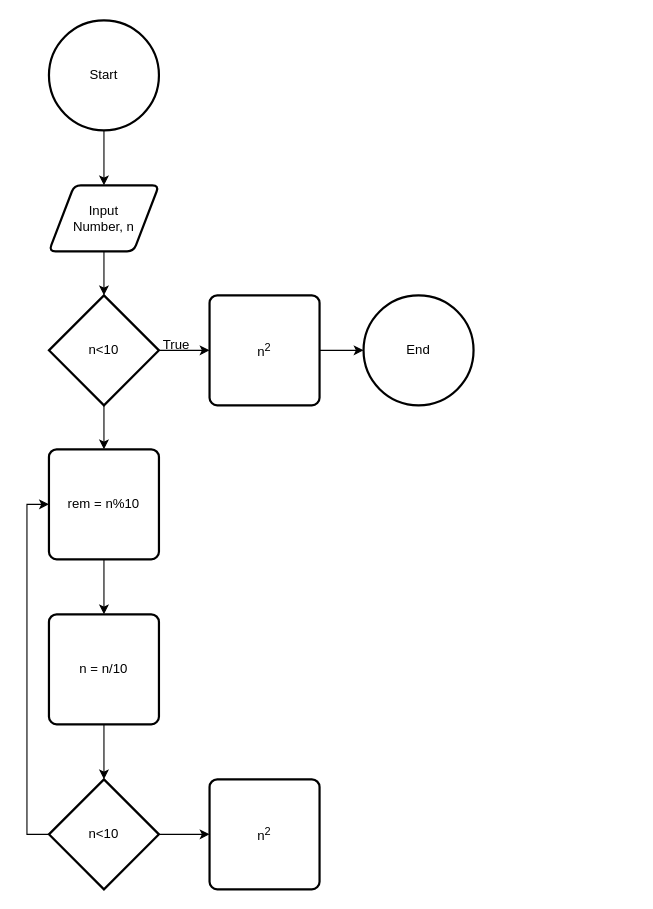
Above: Untitled Diagram.drawio in DennisMuia/ALX-First- (draw.io), before the change. Source tidied: cells renumbered, new cells numbered last; positions are measured from the earlier drawing's top-left corner, leaving out a move shared by most shapes. Both pictures are drawn from the tidied source at 110%, with x=0, y=0 at pixel (48, 20).
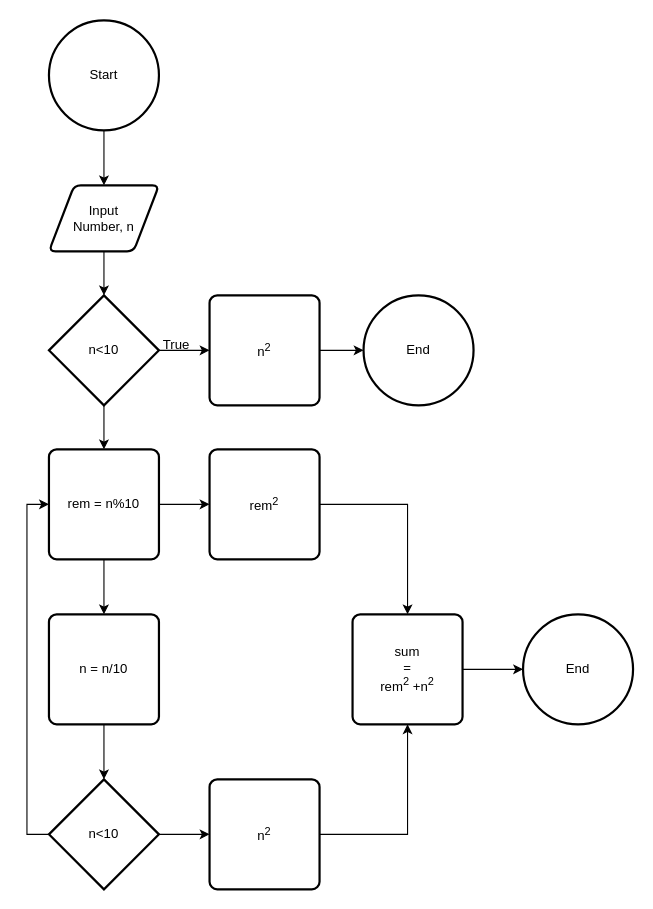
After the change.

Unchanged cells that the change refers to:
```xml
<mxCell id="14" value="rem = n%10" style="rounded=1;whiteSpace=wrap;html=1;absoluteArcSize=1;arcSize=14;strokeWidth=2;" parent="1" vertex="1">
  <mxGeometry y="390" width="100" height="100" as="geometry" />
</mxCell>
<mxCell id="20" value="n&lt;sup&gt;2&lt;/sup&gt;" style="rounded=1;whiteSpace=wrap;html=1;absoluteArcSize=1;arcSize=14;strokeWidth=2;" parent="1" vertex="1">
  <mxGeometry x="146" y="690" width="100" height="100" as="geometry" />
</mxCell>
```

The edit, as a diff of the source:
```diff
@@
+    <mxCell id="21" style="edgeStyle=orthogonalEdgeStyle;rounded=0;jettySize=auto;html=1;" parent="1" edge="1" source="14" target="24">
+      <mxGeometry relative="1" as="geometry" />
+    </mxCell>
@@
+    <mxCell id="22" style="edgeStyle=orthogonalEdgeStyle;rounded=0;jettySize=auto;html=1;exitX=1;exitY=0.5;exitDx=0;exitDy=0;entryX=0.5;entryY=1;entryDx=0;entryDy=0;endArrow=classic;endFill=1;" parent="1" edge="1" source="20" target="26">
+      <mxGeometry relative="1" as="geometry" />
+    </mxCell>
@@
+    <mxCell id="23" style="edgeStyle=orthogonalEdgeStyle;rounded=0;jettySize=auto;html=1;exitX=1;exitY=0.5;exitDx=0;exitDy=0;entryX=0.5;entryY=0;entryDx=0;entryDy=0;" parent="1" edge="1" source="24" target="26">
+      <mxGeometry relative="1" as="geometry" />
+    </mxCell>
+    <mxCell id="24" value="rem&lt;sup&gt;2&lt;/sup&gt;" style="rounded=1;whiteSpace=wrap;html=1;absoluteArcSize=1;arcSize=14;strokeWidth=2;" parent="1" vertex="1">
+      <mxGeometry x="146" y="390" width="100" height="100" as="geometry" />
+    </mxCell>
+    <mxCell id="25" style="edgeStyle=orthogonalEdgeStyle;rounded=0;jettySize=auto;html=1;endArrow=classic;endFill=1;" parent="1" edge="1" source="26" target="27">
+      <mxGeometry relative="1" as="geometry" />
+    </mxCell>
+    <mxCell id="26" value="sum&lt;br&gt;=&lt;br&gt;rem&lt;sup&gt;2&lt;/sup&gt; +n&lt;sup&gt;2&lt;/sup&gt;" style="rounded=1;whiteSpace=wrap;html=1;absoluteArcSize=1;arcSize=14;strokeWidth=2;" parent="1" vertex="1">
+      <mxGeometry x="276" y="540" width="100" height="100" as="geometry" />
+    </mxCell>
+    <mxCell id="27" value="End" style="strokeWidth=2;html=1;shape=mxgraph.flowchart.start_2;whiteSpace=wrap;" parent="1" vertex="1">
+      <mxGeometry x="431" y="540" width="100" height="100" as="geometry" />
+    </mxCell>
```
